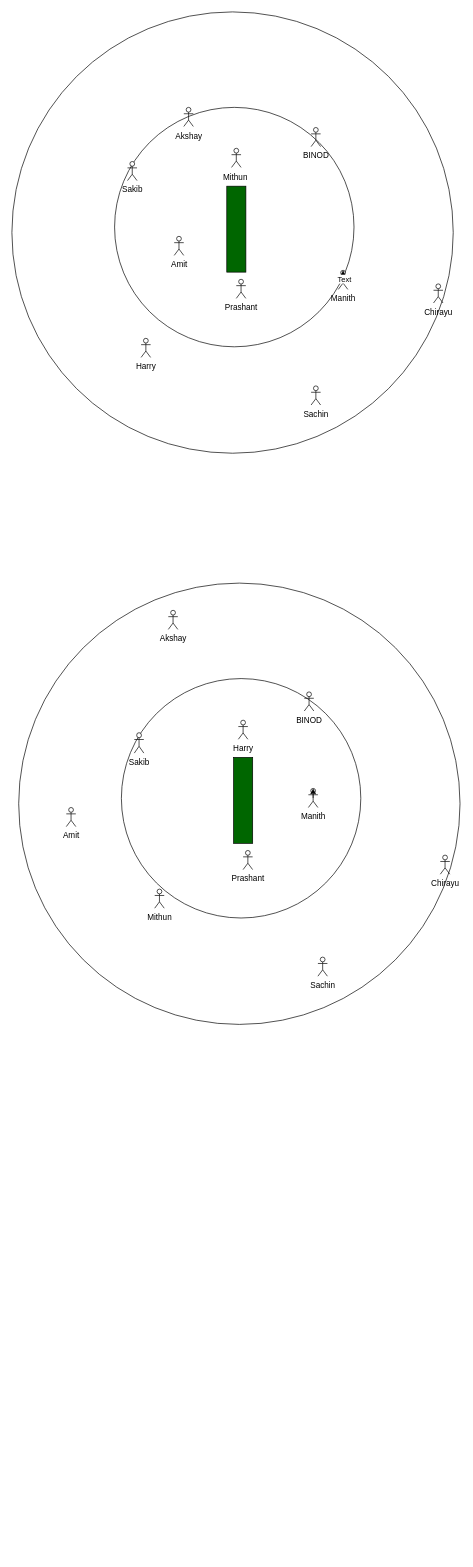
Above: Untitled Diagram.drawio in amitjs2021/amitjs2021 (draw.io), before the change. Source tidied: cells renumbered, new cells numbered last; positions are measured from the earlier drawing's top-left corner, leaving out a move shared by most shapes. Both pictures are drawn from the tidied source at 68%, with x=0, y=0 at pixel (12, 12).
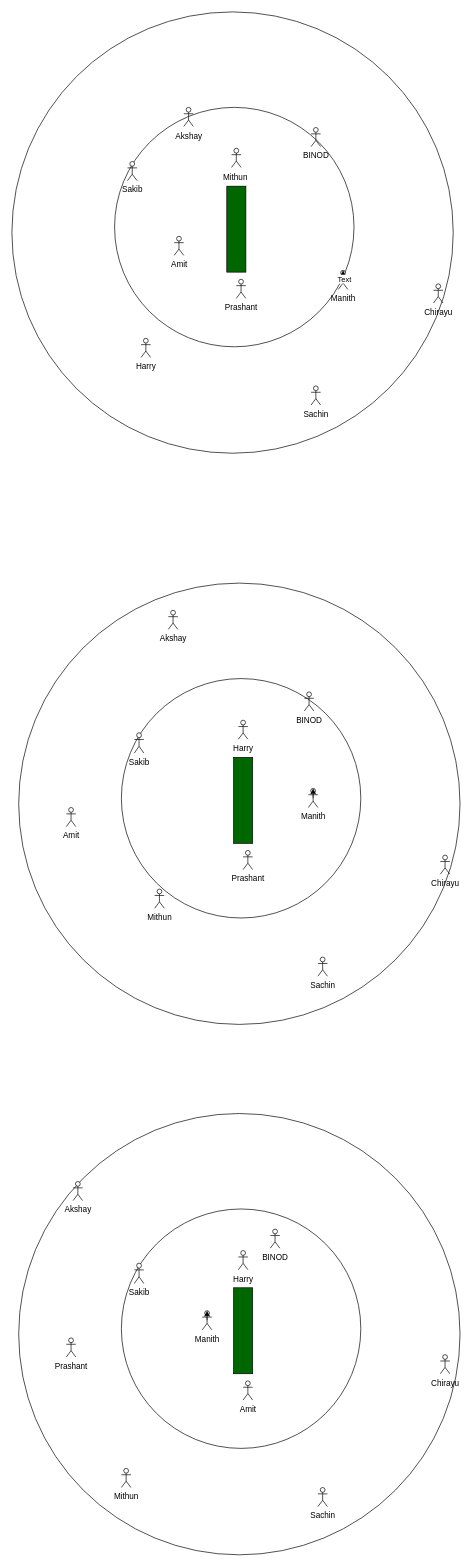
The same diagram, later.

Commit message:
Field-position

Change to the diagram source:
```diff
@@
+    <mxCell id="33" style="ellipse;whiteSpace=wrap;html=1;" parent="1" vertex="1">
+      <mxGeometry x="10" y="1620" width="649" height="649" as="geometry" />
+    </mxCell>
+    <mxCell id="34" style="ellipse;whiteSpace=wrap;html=1;" parent="1" vertex="1">
+      <mxGeometry x="161" y="1760.4" width="352.1" height="352.1" as="geometry" />
+    </mxCell>
+    <mxCell id="35" style="rounded=0;whiteSpace=wrap;html=1;fillColor=#006600;" parent="1" vertex="1">
+      <mxGeometry x="326" y="1876.3" width="28.1" height="126.4" as="geometry" />
+    </mxCell>
+    <mxCell id="36" value="Harry" style="shape=umlActor;verticalLabelPosition=bottom;verticalAlign=top;html=1;fillColor=#FFFFFF;" parent="1" vertex="1">
+      <mxGeometry x="333" y="1821.6" width="14" height="28.1" as="geometry" />
+    </mxCell>
+    <mxCell id="37" value="Akshay" style="shape=umlActor;verticalLabelPosition=bottom;verticalAlign=top;html=1;fillColor=#FFFFFF;" parent="1" vertex="1">
+      <mxGeometry x="90" y="1720" width="14" height="28.1" as="geometry" />
+    </mxCell>
+    <mxCell id="38" value="Sachin" style="shape=umlActor;verticalLabelPosition=bottom;verticalAlign=top;html=1;fillColor=#FFFFFF;" parent="1" vertex="1">
+      <mxGeometry x="450" y="2170" width="14" height="28.1" as="geometry" />
+    </mxCell>
+    <mxCell id="39" value="Mithun" style="shape=umlActor;verticalLabelPosition=bottom;verticalAlign=top;html=1;fillColor=#FFFFFF;" parent="1" vertex="1">
+      <mxGeometry x="161" y="2141.9" width="14" height="28.1" as="geometry" />
+    </mxCell>
+    <mxCell id="40" value="Chirayu" style="shape=umlActor;verticalLabelPosition=bottom;verticalAlign=top;html=1;fillColor=#FFFFFF;" parent="1" vertex="1">
+      <mxGeometry x="630" y="1974.6" width="14" height="28.1" as="geometry" />
+    </mxCell>
+    <mxCell id="41" value="Prashant" style="shape=umlActor;verticalLabelPosition=bottom;verticalAlign=top;html=1;fillColor=#FFFFFF;" parent="1" vertex="1">
+      <mxGeometry x="80" y="1950" width="14" height="28.1" as="geometry" />
+    </mxCell>
+    <mxCell id="42" value="Sakib" style="shape=umlActor;verticalLabelPosition=bottom;verticalAlign=top;html=1;fillColor=#FFFFFF;" parent="1" vertex="1">
+      <mxGeometry x="180" y="1840" width="14" height="30" as="geometry" />
+    </mxCell>
+    <mxCell id="43" value="Amit" style="shape=umlActor;verticalLabelPosition=bottom;verticalAlign=top;html=1;fillColor=#FFFFFF;" parent="1" vertex="1">
+      <mxGeometry x="340" y="2013.2" width="14" height="28.1" as="geometry" />
+    </mxCell>
+    <mxCell id="44" value="Manith" style="shape=umlActor;verticalLabelPosition=bottom;verticalAlign=top;html=1;outlineConnect=0;fillColor=#FFFFFF;" parent="1" vertex="1">
+      <mxGeometry x="280" y="1910" width="14" height="28.1" as="geometry" />
+    </mxCell>
+    <mxCell id="45" value="BINOD" style="shape=umlActor;verticalLabelPosition=bottom;verticalAlign=top;html=1;fillColor=#FFFFFF;" parent="1" vertex="1">
+      <mxGeometry x="380" y="1790" width="14" height="28.1" as="geometry" />
+    </mxCell>
+    <mxCell id="46" style="edgeStyle=orthogonalEdgeStyle;rounded=0;orthogonalLoop=1;jettySize=auto;html=1;exitX=0.5;exitY=0.5;exitDx=0;exitDy=0;exitPerimeter=0;entryX=0.5;entryY=0;entryDx=0;entryDy=0;entryPerimeter=0;" parent="1" edge="1" source="44" target="44">
+      <mxGeometry x="200" y="2600" as="geometry" />
+    </mxCell>
```
